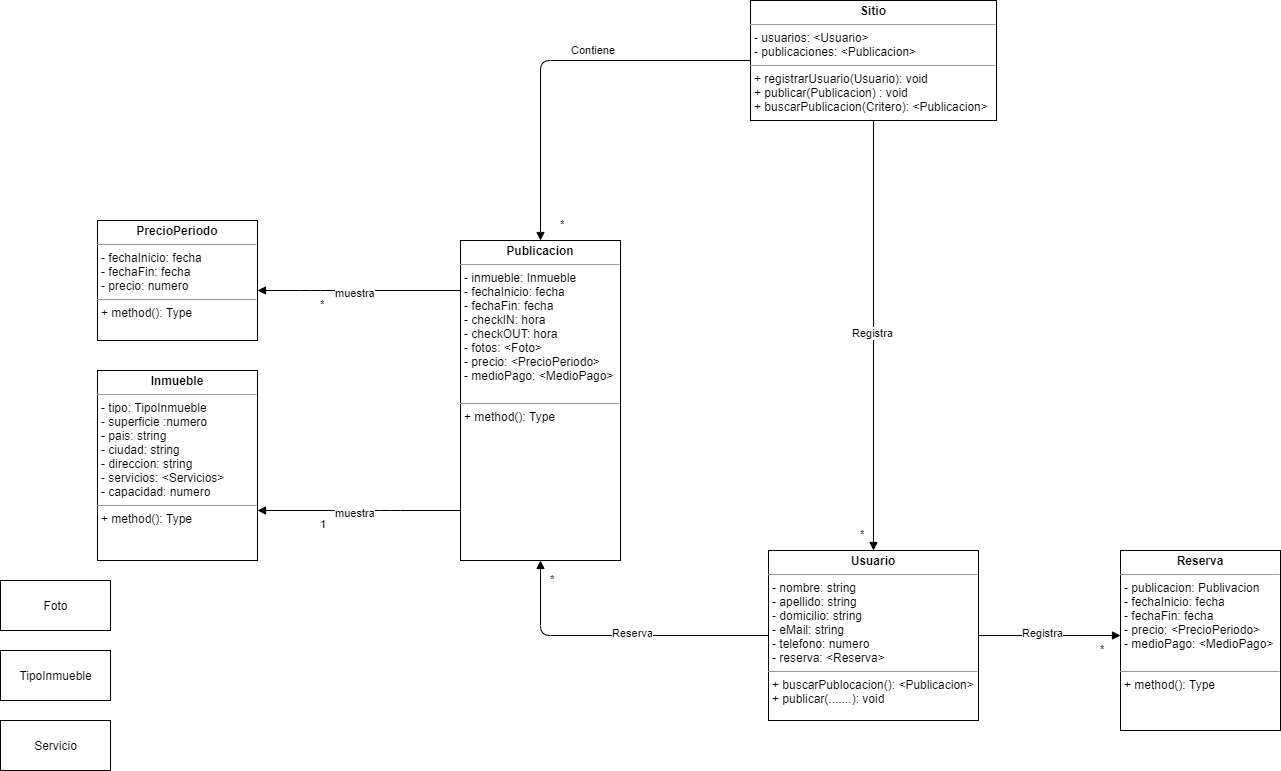
Earlier version of the draw.io export UML_PO2_TP_FINALPNG.png (CundariNicolas/PO2_TP_FINAL_2021). Source tidied: cells renumbered, new cells last; positions are measured from the earlier drawing's top-left corner, leaving out a move shared by most shapes.
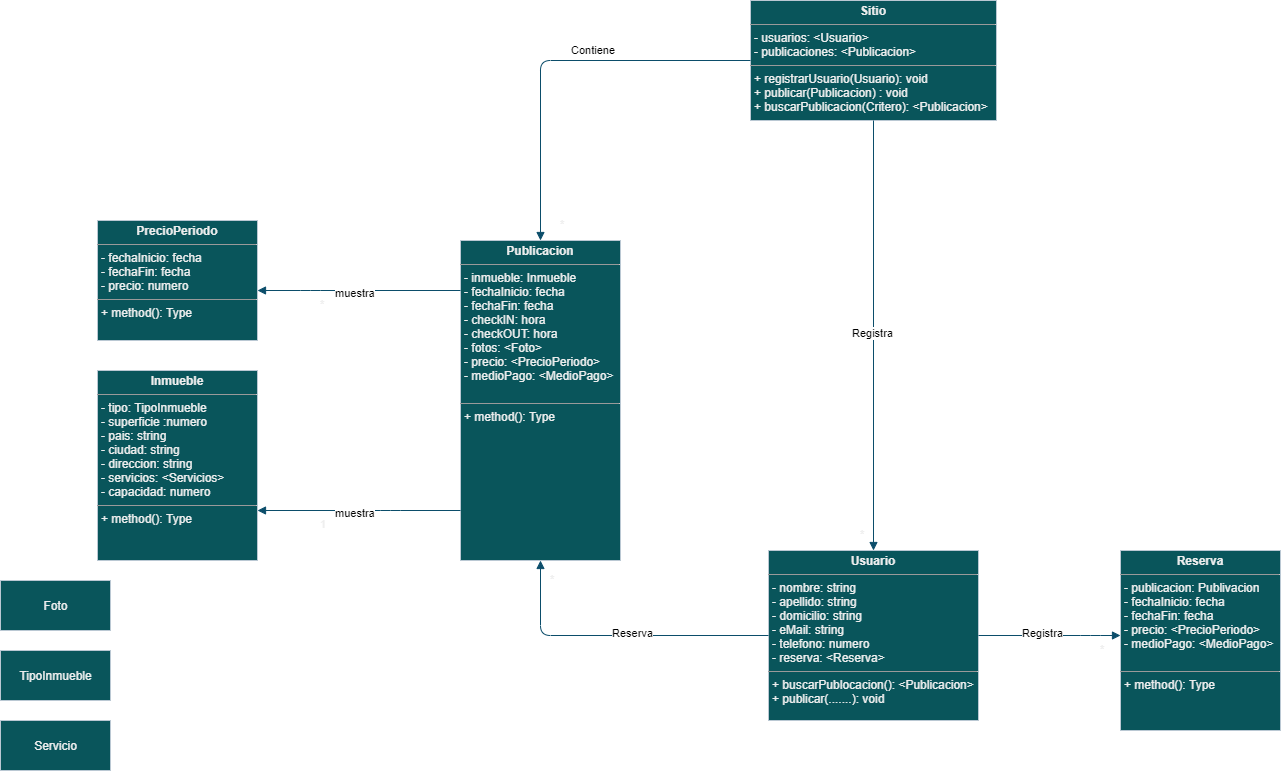
The same file after the commit.

Diff of the diagram source:
```diff
@@ -1,55 +1,55 @@
-<mxGraphModel background="#ffffff">
+<mxGraphModel>
   <root>
     <mxCell id="0" />
     <mxCell id="1" parent="0" />
-    <mxCell id="2" value="&lt;p style=&quot;margin: 0px ; margin-top: 4px ; text-align: center&quot;&gt;&lt;b&gt;Usuario&lt;/b&gt;&lt;/p&gt;&lt;hr size=&quot;1&quot;&gt;&lt;p style=&quot;margin: 0px ; margin-left: 4px&quot;&gt;- nombre: string&lt;/p&gt;&lt;p style=&quot;margin: 0px ; margin-left: 4px&quot;&gt;- apellido: string&lt;/p&gt;&lt;p style=&quot;margin: 0px ; margin-left: 4px&quot;&gt;- domicilio: string&lt;/p&gt;&lt;p style=&quot;margin: 0px ; margin-left: 4px&quot;&gt;- eMail: string&lt;/p&gt;&lt;p style=&quot;margin: 0px ; margin-left: 4px&quot;&gt;- telefono: numero&lt;/p&gt;&lt;p style=&quot;margin: 0px ; margin-left: 4px&quot;&gt;- reserva: &amp;lt;Reserva&amp;gt;&lt;/p&gt;&lt;hr size=&quot;1&quot;&gt;&lt;p style=&quot;margin: 0px ; margin-left: 4px&quot;&gt;+ buscarPublocacion(): &amp;lt;Publicacion&amp;gt;&lt;/p&gt;&lt;p style=&quot;margin: 0px ; margin-left: 4px&quot;&gt;+ publicar(.......): void&lt;/p&gt;" style="verticalAlign=top;align=left;overflow=fill;fontSize=12;fontFamily=Helvetica;html=1;" parent="1" vertex="1">
+    <mxCell id="2" value="&lt;p style=&quot;margin: 0px ; margin-top: 4px ; text-align: center&quot;&gt;&lt;b&gt;Usuario&lt;/b&gt;&lt;/p&gt;&lt;hr size=&quot;1&quot;&gt;&lt;p style=&quot;margin: 0px ; margin-left: 4px&quot;&gt;- nombre: string&lt;/p&gt;&lt;p style=&quot;margin: 0px ; margin-left: 4px&quot;&gt;- apellido: string&lt;/p&gt;&lt;p style=&quot;margin: 0px ; margin-left: 4px&quot;&gt;- domicilio: string&lt;/p&gt;&lt;p style=&quot;margin: 0px ; margin-left: 4px&quot;&gt;- eMail: string&lt;/p&gt;&lt;p style=&quot;margin: 0px ; margin-left: 4px&quot;&gt;- telefono: numero&lt;/p&gt;&lt;p style=&quot;margin: 0px ; margin-left: 4px&quot;&gt;- reserva: &amp;lt;Reserva&amp;gt;&lt;/p&gt;&lt;hr size=&quot;1&quot;&gt;&lt;p style=&quot;margin: 0px ; margin-left: 4px&quot;&gt;+ buscarPublocacion(): &amp;lt;Publicacion&amp;gt;&lt;/p&gt;&lt;p style=&quot;margin: 0px ; margin-left: 4px&quot;&gt;+ publicar(.......): void&lt;/p&gt;" style="verticalAlign=top;align=left;overflow=fill;fontSize=12;fontFamily=Helvetica;html=1;fillColor=#09555B;strokeColor=#BAC8D3;fontColor=#EEEEEE;" parent="1" vertex="1">
       <mxGeometry x="768" y="550" width="210" height="170" as="geometry" />
     </mxCell>
-    <mxCell id="3" value="&lt;p style=&quot;margin: 0px ; margin-top: 4px ; text-align: center&quot;&gt;&lt;b&gt;Publicacion&lt;/b&gt;&lt;/p&gt;&lt;hr size=&quot;1&quot;&gt;&lt;p style=&quot;margin: 0px ; margin-left: 4px&quot;&gt;- inmueble: Inmueble&lt;/p&gt;&lt;p style=&quot;margin: 0px ; margin-left: 4px&quot;&gt;- fechaInicio: fecha&lt;/p&gt;&lt;p style=&quot;margin: 0px ; margin-left: 4px&quot;&gt;- fechaFin: fecha&lt;/p&gt;&lt;p style=&quot;margin: 0px ; margin-left: 4px&quot;&gt;- checkIN: hora&lt;/p&gt;&lt;p style=&quot;margin: 0px ; margin-left: 4px&quot;&gt;- checkOUT: hora&lt;/p&gt;&lt;p style=&quot;margin: 0px ; margin-left: 4px&quot;&gt;- fotos: &amp;lt;Foto&amp;gt;&lt;/p&gt;&lt;p style=&quot;margin: 0px ; margin-left: 4px&quot;&gt;- precio: &amp;lt;PrecioPeriodo&amp;gt;&lt;/p&gt;&lt;p style=&quot;margin: 0px ; margin-left: 4px&quot;&gt;- medioPago: &amp;lt;MedioPago&amp;gt;&lt;/p&gt;&lt;p style=&quot;margin: 0px ; margin-left: 4px&quot;&gt;&lt;br&gt;&lt;/p&gt;&lt;hr size=&quot;1&quot;&gt;&lt;p style=&quot;margin: 0px ; margin-left: 4px&quot;&gt;+ method(): Type&lt;/p&gt;" style="verticalAlign=top;align=left;overflow=fill;fontSize=12;fontFamily=Helvetica;html=1;" parent="1" vertex="1">
+    <mxCell id="3" value="&lt;p style=&quot;margin: 0px ; margin-top: 4px ; text-align: center&quot;&gt;&lt;b&gt;Publicacion&lt;/b&gt;&lt;/p&gt;&lt;hr size=&quot;1&quot;&gt;&lt;p style=&quot;margin: 0px ; margin-left: 4px&quot;&gt;- inmueble: Inmueble&lt;/p&gt;&lt;p style=&quot;margin: 0px ; margin-left: 4px&quot;&gt;- fechaInicio: fecha&lt;/p&gt;&lt;p style=&quot;margin: 0px ; margin-left: 4px&quot;&gt;- fechaFin: fecha&lt;/p&gt;&lt;p style=&quot;margin: 0px ; margin-left: 4px&quot;&gt;- checkIN: hora&lt;/p&gt;&lt;p style=&quot;margin: 0px ; margin-left: 4px&quot;&gt;- checkOUT: hora&lt;/p&gt;&lt;p style=&quot;margin: 0px ; margin-left: 4px&quot;&gt;- fotos: &amp;lt;Foto&amp;gt;&lt;/p&gt;&lt;p style=&quot;margin: 0px ; margin-left: 4px&quot;&gt;- precio: &amp;lt;PrecioPeriodo&amp;gt;&lt;/p&gt;&lt;p style=&quot;margin: 0px ; margin-left: 4px&quot;&gt;- medioPago: &amp;lt;MedioPago&amp;gt;&lt;/p&gt;&lt;p style=&quot;margin: 0px ; margin-left: 4px&quot;&gt;&lt;br&gt;&lt;/p&gt;&lt;hr size=&quot;1&quot;&gt;&lt;p style=&quot;margin: 0px ; margin-left: 4px&quot;&gt;+ method(): Type&lt;/p&gt;" style="verticalAlign=top;align=left;overflow=fill;fontSize=12;fontFamily=Helvetica;html=1;fillColor=#09555B;strokeColor=#BAC8D3;fontColor=#EEEEEE;" parent="1" vertex="1">
       <mxGeometry x="460" y="240" width="160" height="320" as="geometry" />
     </mxCell>
-    <mxCell id="4" value="&lt;p style=&quot;margin: 0px ; margin-top: 4px ; text-align: center&quot;&gt;&lt;b&gt;Sitio&lt;/b&gt;&lt;/p&gt;&lt;hr size=&quot;1&quot;&gt;&lt;p style=&quot;margin: 0px ; margin-left: 4px&quot;&gt;- usuarios: &amp;lt;Usuario&amp;gt;&lt;/p&gt;&lt;p style=&quot;margin: 0px ; margin-left: 4px&quot;&gt;- publicaciones: &amp;lt;Publicacion&amp;gt;&lt;/p&gt;&lt;hr size=&quot;1&quot;&gt;&lt;p style=&quot;margin: 0px ; margin-left: 4px&quot;&gt;+ registrarUsuario(Usuario): void&lt;/p&gt;&lt;p style=&quot;margin: 0px ; margin-left: 4px&quot;&gt;+ publicar(Publicacion) : void&lt;/p&gt;&lt;p style=&quot;margin: 0px ; margin-left: 4px&quot;&gt;+ buscarPublicacion(Critero): &amp;lt;Publicacion&amp;gt;&lt;/p&gt;" style="verticalAlign=top;align=left;overflow=fill;fontSize=12;fontFamily=Helvetica;html=1;" parent="1" vertex="1">
+    <mxCell id="4" value="&lt;p style=&quot;margin: 0px ; margin-top: 4px ; text-align: center&quot;&gt;&lt;b&gt;Sitio&lt;/b&gt;&lt;/p&gt;&lt;hr size=&quot;1&quot;&gt;&lt;p style=&quot;margin: 0px ; margin-left: 4px&quot;&gt;- usuarios: &amp;lt;Usuario&amp;gt;&lt;/p&gt;&lt;p style=&quot;margin: 0px ; margin-left: 4px&quot;&gt;- publicaciones: &amp;lt;Publicacion&amp;gt;&lt;/p&gt;&lt;hr size=&quot;1&quot;&gt;&lt;p style=&quot;margin: 0px ; margin-left: 4px&quot;&gt;+ registrarUsuario(Usuario): void&lt;/p&gt;&lt;p style=&quot;margin: 0px ; margin-left: 4px&quot;&gt;+ publicar(Publicacion) : void&lt;/p&gt;&lt;p style=&quot;margin: 0px ; margin-left: 4px&quot;&gt;+ buscarPublicacion(Critero): &amp;lt;Publicacion&amp;gt;&lt;/p&gt;" style="verticalAlign=top;align=left;overflow=fill;fontSize=12;fontFamily=Helvetica;html=1;fillColor=#09555B;strokeColor=#BAC8D3;fontColor=#EEEEEE;" parent="1" vertex="1">
       <mxGeometry x="750" width="246" height="120" as="geometry" />
     </mxCell>
-    <mxCell id="5" value="&lt;p style=&quot;margin: 0px ; margin-top: 4px ; text-align: center&quot;&gt;&lt;b&gt;Inmueble&lt;/b&gt;&lt;/p&gt;&lt;hr size=&quot;1&quot;&gt;&lt;p style=&quot;margin: 0px ; margin-left: 4px&quot;&gt;- tipo: TipoInmueble&lt;/p&gt;&lt;p style=&quot;margin: 0px ; margin-left: 4px&quot;&gt;- superficie :numero&lt;/p&gt;&lt;p style=&quot;margin: 0px ; margin-left: 4px&quot;&gt;- pais: string&lt;/p&gt;&lt;p style=&quot;margin: 0px ; margin-left: 4px&quot;&gt;- ciudad: string&lt;/p&gt;&lt;p style=&quot;margin: 0px ; margin-left: 4px&quot;&gt;- direccion: string&lt;/p&gt;&lt;p style=&quot;margin: 0px ; margin-left: 4px&quot;&gt;- servicios: &amp;lt;Servicios&amp;gt;&lt;/p&gt;&lt;p style=&quot;margin: 0px ; margin-left: 4px&quot;&gt;- capacidad: numero&lt;/p&gt;&lt;hr size=&quot;1&quot;&gt;&lt;p style=&quot;margin: 0px ; margin-left: 4px&quot;&gt;+ method(): Type&lt;/p&gt;" style="verticalAlign=top;align=left;overflow=fill;fontSize=12;fontFamily=Helvetica;html=1;" parent="1" vertex="1">
+    <mxCell id="5" value="&lt;p style=&quot;margin: 0px ; margin-top: 4px ; text-align: center&quot;&gt;&lt;b&gt;Inmueble&lt;/b&gt;&lt;/p&gt;&lt;hr size=&quot;1&quot;&gt;&lt;p style=&quot;margin: 0px ; margin-left: 4px&quot;&gt;- tipo: TipoInmueble&lt;/p&gt;&lt;p style=&quot;margin: 0px ; margin-left: 4px&quot;&gt;- superficie :numero&lt;/p&gt;&lt;p style=&quot;margin: 0px ; margin-left: 4px&quot;&gt;- pais: string&lt;/p&gt;&lt;p style=&quot;margin: 0px ; margin-left: 4px&quot;&gt;- ciudad: string&lt;/p&gt;&lt;p style=&quot;margin: 0px ; margin-left: 4px&quot;&gt;- direccion: string&lt;/p&gt;&lt;p style=&quot;margin: 0px ; margin-left: 4px&quot;&gt;- servicios: &amp;lt;Servicios&amp;gt;&lt;/p&gt;&lt;p style=&quot;margin: 0px ; margin-left: 4px&quot;&gt;- capacidad: numero&lt;/p&gt;&lt;hr size=&quot;1&quot;&gt;&lt;p style=&quot;margin: 0px ; margin-left: 4px&quot;&gt;+ method(): Type&lt;/p&gt;" style="verticalAlign=top;align=left;overflow=fill;fontSize=12;fontFamily=Helvetica;html=1;fillColor=#09555B;strokeColor=#BAC8D3;fontColor=#EEEEEE;" parent="1" vertex="1">
       <mxGeometry x="97" y="370" width="160" height="190" as="geometry" />
     </mxCell>
-    <mxCell id="6" value="TipoInmueble" style="html=1;" parent="1" vertex="1">
+    <mxCell id="6" value="TipoInmueble" style="html=1;fillColor=#09555B;strokeColor=#BAC8D3;fontColor=#EEEEEE;" parent="1" vertex="1">
       <mxGeometry y="650" width="110" height="50" as="geometry" />
     </mxCell>
-    <mxCell id="7" value="Servicio" style="html=1;" parent="1" vertex="1">
+    <mxCell id="7" value="Servicio" style="html=1;fillColor=#09555B;strokeColor=#BAC8D3;fontColor=#EEEEEE;" parent="1" vertex="1">
       <mxGeometry y="720" width="110" height="50" as="geometry" />
     </mxCell>
-    <mxCell id="8" value="Foto" style="html=1;" parent="1" vertex="1">
+    <mxCell id="8" value="Foto" style="html=1;fillColor=#09555B;strokeColor=#BAC8D3;fontColor=#EEEEEE;" parent="1" vertex="1">
       <mxGeometry y="580" width="110" height="50" as="geometry" />
     </mxCell>
-    <mxCell id="9" value="&lt;p style=&quot;margin: 0px ; margin-top: 4px ; text-align: center&quot;&gt;&lt;b&gt;PrecioPeriodo&lt;/b&gt;&lt;/p&gt;&lt;hr size=&quot;1&quot;&gt;&lt;p style=&quot;margin: 0px ; margin-left: 4px&quot;&gt;- fechaInicio: fecha&lt;/p&gt;&lt;p style=&quot;margin: 0px ; margin-left: 4px&quot;&gt;- fechaFin: fecha&lt;/p&gt;&lt;p style=&quot;margin: 0px ; margin-left: 4px&quot;&gt;- precio: numero&lt;/p&gt;&lt;hr size=&quot;1&quot;&gt;&lt;p style=&quot;margin: 0px ; margin-left: 4px&quot;&gt;+ method(): Type&lt;/p&gt;" style="verticalAlign=top;align=left;overflow=fill;fontSize=12;fontFamily=Helvetica;html=1;" parent="1" vertex="1">
+    <mxCell id="9" value="&lt;p style=&quot;margin: 0px ; margin-top: 4px ; text-align: center&quot;&gt;&lt;b&gt;PrecioPeriodo&lt;/b&gt;&lt;/p&gt;&lt;hr size=&quot;1&quot;&gt;&lt;p style=&quot;margin: 0px ; margin-left: 4px&quot;&gt;- fechaInicio: fecha&lt;/p&gt;&lt;p style=&quot;margin: 0px ; margin-left: 4px&quot;&gt;- fechaFin: fecha&lt;/p&gt;&lt;p style=&quot;margin: 0px ; margin-left: 4px&quot;&gt;- precio: numero&lt;/p&gt;&lt;hr size=&quot;1&quot;&gt;&lt;p style=&quot;margin: 0px ; margin-left: 4px&quot;&gt;+ method(): Type&lt;/p&gt;" style="verticalAlign=top;align=left;overflow=fill;fontSize=12;fontFamily=Helvetica;html=1;fillColor=#09555B;strokeColor=#BAC8D3;fontColor=#EEEEEE;" parent="1" vertex="1">
       <mxGeometry x="97" y="220" width="160" height="120" as="geometry" />
     </mxCell>
-    <mxCell id="10" value="&lt;p style=&quot;margin: 0px ; margin-top: 4px ; text-align: center&quot;&gt;&lt;b&gt;Reserva&lt;/b&gt;&lt;/p&gt;&lt;hr size=&quot;1&quot;&gt;&lt;p style=&quot;margin: 0px ; margin-left: 4px&quot;&gt;- publicacion: Publivacion&lt;/p&gt;&lt;p style=&quot;margin: 0px ; margin-left: 4px&quot;&gt;- fechaInicio: fecha&lt;/p&gt;&lt;p style=&quot;margin: 0px ; margin-left: 4px&quot;&gt;- fechaFin: fecha&lt;/p&gt;&lt;p style=&quot;margin: 0px ; margin-left: 4px&quot;&gt;- precio: &amp;lt;PrecioPeriodo&amp;gt;&lt;/p&gt;&lt;p style=&quot;margin: 0px ; margin-left: 4px&quot;&gt;- medioPago: &amp;lt;MedioPago&amp;gt;&lt;/p&gt;&lt;p style=&quot;margin: 0px ; margin-left: 4px&quot;&gt;&lt;br&gt;&lt;/p&gt;&lt;hr size=&quot;1&quot;&gt;&lt;p style=&quot;margin: 0px ; margin-left: 4px&quot;&gt;+ method(): Type&lt;/p&gt;" style="verticalAlign=top;align=left;overflow=fill;fontSize=12;fontFamily=Helvetica;html=1;" parent="1" vertex="1">
+    <mxCell id="10" value="&lt;p style=&quot;margin: 0px ; margin-top: 4px ; text-align: center&quot;&gt;&lt;b&gt;Reserva&lt;/b&gt;&lt;/p&gt;&lt;hr size=&quot;1&quot;&gt;&lt;p style=&quot;margin: 0px ; margin-left: 4px&quot;&gt;- publicacion: Publivacion&lt;/p&gt;&lt;p style=&quot;margin: 0px ; margin-left: 4px&quot;&gt;- fechaInicio: fecha&lt;/p&gt;&lt;p style=&quot;margin: 0px ; margin-left: 4px&quot;&gt;- fechaFin: fecha&lt;/p&gt;&lt;p style=&quot;margin: 0px ; margin-left: 4px&quot;&gt;- precio: &amp;lt;PrecioPeriodo&amp;gt;&lt;/p&gt;&lt;p style=&quot;margin: 0px ; margin-left: 4px&quot;&gt;- medioPago: &amp;lt;MedioPago&amp;gt;&lt;/p&gt;&lt;p style=&quot;margin: 0px ; margin-left: 4px&quot;&gt;&lt;br&gt;&lt;/p&gt;&lt;hr size=&quot;1&quot;&gt;&lt;p style=&quot;margin: 0px ; margin-left: 4px&quot;&gt;+ method(): Type&lt;/p&gt;" style="verticalAlign=top;align=left;overflow=fill;fontSize=12;fontFamily=Helvetica;html=1;fillColor=#09555B;strokeColor=#BAC8D3;fontColor=#EEEEEE;" parent="1" vertex="1">
       <mxGeometry x="1120" y="550" width="160" height="180" as="geometry" />
     </mxCell>
-    <mxCell id="11" value="Registra" style="endArrow=block;endFill=1;html=1;edgeStyle=orthogonalEdgeStyle;align=left;verticalAlign=top;" parent="1" edge="1" source="4" target="2">
+    <mxCell id="11" value="Registra" style="endArrow=block;endFill=1;html=1;edgeStyle=orthogonalEdgeStyle;align=left;verticalAlign=top;strokeColor=#0B4D6A;" parent="1" edge="1" source="4" target="2">
       <mxGeometry x="-0.07" y="-23" relative="1" as="geometry" />
     </mxCell>
-    <mxCell id="12" value="*" style="edgeLabel;html=1;align=left;verticalAlign=bottom;spacing=20;" parent="11" vertex="1">
+    <mxCell id="12" value="*" style="edgeLabel;html=1;align=left;verticalAlign=bottom;spacing=20;fontColor=#EEEEEE;" parent="11" vertex="1">
       <mxGeometry x="-1" relative="1" as="geometry">
         <mxPoint x="-33" y="440" as="offset" />
       </mxGeometry>
     </mxCell>
-    <mxCell id="13" value="Reserva" style="endArrow=block;endFill=1;html=1;edgeStyle=orthogonalEdgeStyle;align=left;verticalAlign=top;" parent="1" edge="1" source="2" target="3">
+    <mxCell id="13" value="Reserva" style="endArrow=block;endFill=1;html=1;edgeStyle=orthogonalEdgeStyle;align=left;verticalAlign=top;strokeColor=#0B4D6A;" parent="1" edge="1" source="2" target="3">
       <mxGeometry x="0.04" y="-15" relative="1" as="geometry">
         <Array as="points">
           <mxPoint x="540" y="635" />
         </Array>
       </mxGeometry>
     </mxCell>
-    <mxCell id="14" value="*" style="edgeLabel;html=1;align=left;verticalAlign=bottom;spacing=20;" parent="13" vertex="1">
+    <mxCell id="14" value="*" style="edgeLabel;html=1;align=left;verticalAlign=bottom;spacing=20;fontColor=#EEEEEE;" parent="13" vertex="1">
       <mxGeometry x="-1" relative="1" as="geometry">
         <mxPoint x="-238" y="-30" as="offset" />
       </mxGeometry>
     </mxCell>
-    <mxCell id="15" value="Registra" style="endArrow=block;endFill=1;html=1;edgeStyle=orthogonalEdgeStyle;align=left;verticalAlign=top;" parent="1" edge="1" source="2" target="10">
+    <mxCell id="15" value="Registra" style="endArrow=block;endFill=1;html=1;edgeStyle=orthogonalEdgeStyle;align=left;verticalAlign=top;strokeColor=#0B4D6A;" parent="1" edge="1" source="2" target="10">
       <mxGeometry x="-0.41" y="15" relative="1" as="geometry">
         <Array as="points">
           <mxPoint x="1090" y="635" />
@@ -57,20 +57,20 @@
         </Array>
       </mxGeometry>
     </mxCell>
-    <mxCell id="16" value="*" style="edgeLabel;html=1;align=left;verticalAlign=bottom;spacing=20;" parent="15" vertex="1">
+    <mxCell id="16" value="*" style="edgeLabel;html=1;align=left;verticalAlign=bottom;spacing=20;fontColor=#EEEEEE;" parent="15" vertex="1">
       <mxGeometry x="-1" relative="1" as="geometry">
         <mxPoint x="102" y="40" as="offset" />
       </mxGeometry>
     </mxCell>
-    <mxCell id="17" value="Contiene" style="endArrow=block;endFill=1;html=1;edgeStyle=orthogonalEdgeStyle;align=left;verticalAlign=top;" parent="1" edge="1" source="4" target="3">
+    <mxCell id="17" value="Contiene" style="endArrow=block;endFill=1;html=1;edgeStyle=orthogonalEdgeStyle;align=left;verticalAlign=top;strokeColor=#0B4D6A;" parent="1" edge="1" source="4" target="3">
       <mxGeometry x="-0.07" y="-23" relative="1" as="geometry" />
     </mxCell>
-    <mxCell id="18" value="*" style="edgeLabel;html=1;align=left;verticalAlign=bottom;spacing=20;" parent="17" vertex="1">
+    <mxCell id="18" value="*" style="edgeLabel;html=1;align=left;verticalAlign=bottom;spacing=20;fontColor=#EEEEEE;" parent="17" vertex="1">
       <mxGeometry x="-1" relative="1" as="geometry">
         <mxPoint x="-210" y="190" as="offset" />
       </mxGeometry>
     </mxCell>
-    <mxCell id="19" value="muestra" style="endArrow=block;endFill=1;html=1;edgeStyle=orthogonalEdgeStyle;align=left;verticalAlign=top;" parent="1" edge="1" source="3" target="5">
+    <mxCell id="19" value="muestra" style="endArrow=block;endFill=1;html=1;edgeStyle=orthogonalEdgeStyle;align=left;verticalAlign=top;strokeColor=#0B4D6A;" parent="1" edge="1" source="3" target="5">
       <mxGeometry x="0.25" y="-10" relative="1" as="geometry">
         <Array as="points">
           <mxPoint x="390" y="510" />
@@ -78,12 +78,12 @@
         </Array>
       </mxGeometry>
     </mxCell>
-    <mxCell id="20" value="1" style="edgeLabel;html=1;align=left;verticalAlign=bottom;spacing=20;" parent="19" vertex="1">
+    <mxCell id="20" value="1" style="edgeLabel;html=1;align=left;verticalAlign=bottom;spacing=20;fontColor=#EEEEEE;" parent="19" vertex="1">
       <mxGeometry x="-1" relative="1" as="geometry">
         <mxPoint x="-160" y="40" as="offset" />
       </mxGeometry>
     </mxCell>
-    <mxCell id="21" value="muestra" style="endArrow=block;endFill=1;html=1;edgeStyle=orthogonalEdgeStyle;align=left;verticalAlign=top;" parent="1" edge="1" target="9">
+    <mxCell id="21" value="muestra" style="endArrow=block;endFill=1;html=1;edgeStyle=orthogonalEdgeStyle;align=left;verticalAlign=top;strokeColor=#0B4D6A;" parent="1" edge="1" target="9">
       <mxGeometry x="0.25" y="-10" relative="1" as="geometry">
         <mxPoint x="460" y="290" as="sourcePoint" />
         <Array as="points">
@@ -92,7 +92,7 @@
         </Array>
       </mxGeometry>
     </mxCell>
-    <mxCell id="22" value="*" style="edgeLabel;html=1;align=left;verticalAlign=bottom;spacing=20;" parent="21" vertex="1">
+    <mxCell id="22" value="*" style="edgeLabel;html=1;align=left;verticalAlign=bottom;spacing=20;fontColor=#EEEEEE;" parent="21" vertex="1">
       <mxGeometry x="-1" relative="1" as="geometry">
         <mxPoint x="-160" y="40" as="offset" />
       </mxGeometry>
```
